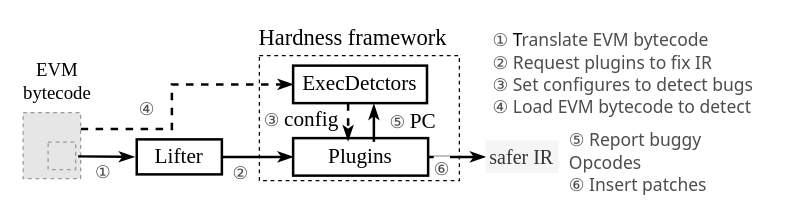
Before: page "plugins" (3 of 11) of Untitled Diagram.drawio in Kenun99/drawio.repo, a draw.io diagram. Source tidied: cells renumbered, new cells numbered last; positions are measured from the earlier drawing's top-left corner, leaving out a move shared by most shapes. Both pictures are drawn from the tidied source at 125%, with x=0, y=0 at pixel (21, 21). Pictures stored in the file or linked from it are replaced by grey dashed boxes.
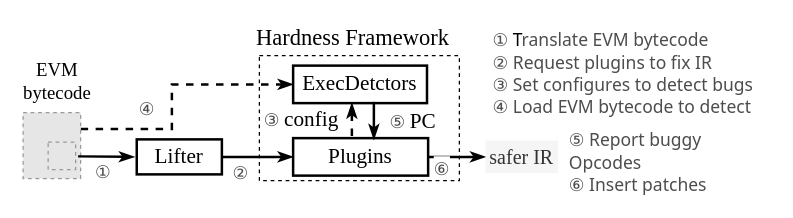
The same page after the edit.

Diff of the diagram source:
```diff
@@
-    <mxCell id="16" value="&lt;font style=&quot;font-size: 18px&quot; face=&quot;Times New Roman&quot;&gt;Hardness framework&lt;/font&gt;" style="text;html=1;strokeColor=none;fillColor=none;align=center;verticalAlign=middle;whiteSpace=wrap;rounded=0;dashed=1;fontStyle=0;fontSize=18;" parent="1" vertex="1">
+    <mxCell id="16" value="&lt;font style=&quot;font-size: 18px&quot; face=&quot;Times New Roman&quot;&gt;Hardness Framework&lt;/font&gt;" style="text;html=1;strokeColor=none;fillColor=none;align=center;verticalAlign=middle;whiteSpace=wrap;rounded=0;dashed=1;fontStyle=0;fontSize=18;" parent="1" vertex="1">
       <mxGeometry x="178" y="3" width="173.9" height="20" as="geometry" />
     </mxCell>
@@
-    <mxCell id="30" style="endArrow=classicThin;html=1;rounded=0;strokeWidth=2;fontSize=13;endFill=1;" parent="1" edge="1">
+    <mxCell id="30" style="endArrow=none;html=1;rounded=0;strokeWidth=2;fontSize=13;endFill=0;startArrow=classicThin;startFill=1;" parent="1" edge="1">
       <mxGeometry relative="1" as="geometry">
-        <mxPoint x="281.6" y="96" as="sourcePoint" />
-        <mxPoint x="281.6" y="66" as="targetPoint" />
+        <mxPoint x="281.6" y="94" as="sourcePoint" />
+        <mxPoint x="281.6" y="64" as="targetPoint" />
       </mxGeometry>
     </mxCell>
-    <mxCell id="31" style="endArrow=classicThin;html=1;rounded=0;strokeWidth=2;fontSize=13;endFill=1;dashed=1;" parent="1" edge="1">
+    <mxCell id="31" style="endArrow=none;html=1;rounded=0;strokeWidth=2;fontSize=13;endFill=0;dashed=1;startArrow=classicThin;startFill=1;" parent="1" edge="1">
       <mxGeometry relative="1" as="geometry">
-        <mxPoint x="261" y="65" as="sourcePoint" />
-        <mxPoint x="261" y="95" as="targetPoint" />
+        <mxPoint x="264" y="65" as="sourcePoint" />
+        <mxPoint x="264" y="95" as="targetPoint" />
       </mxGeometry>
     </mxCell>
```
